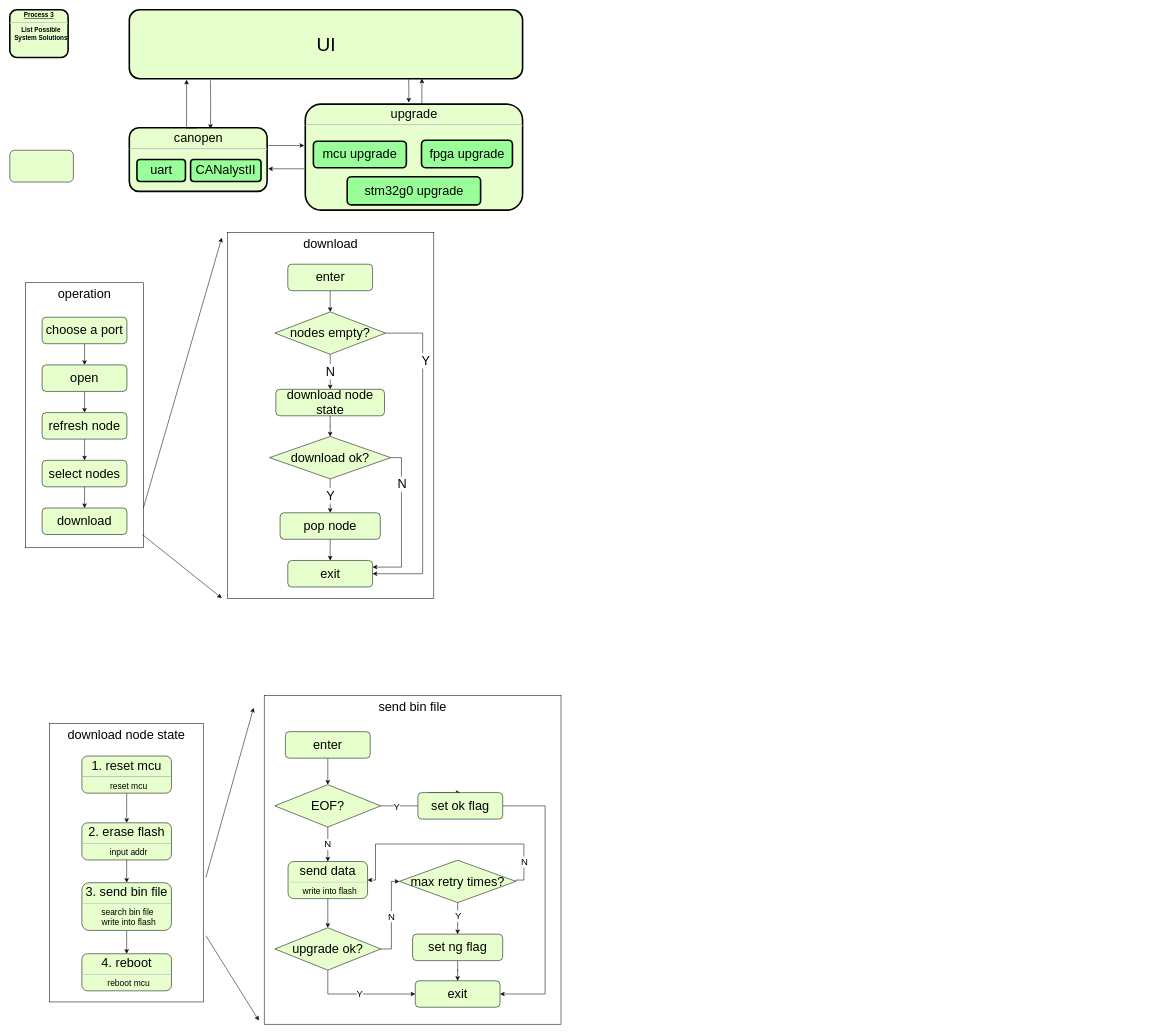
This is doc/flowcharts.drawio from chenzhipeng-hqu/python, a draw.io file, before an edit. Source tidied: cells renumbered, new cells numbered last; positions are measured from the earlier drawing's top-left corner, leaving out a move shared by most shapes. Both pictures are drawn from the tidied source at 53%, with x=0, y=0 at pixel (10, 10).
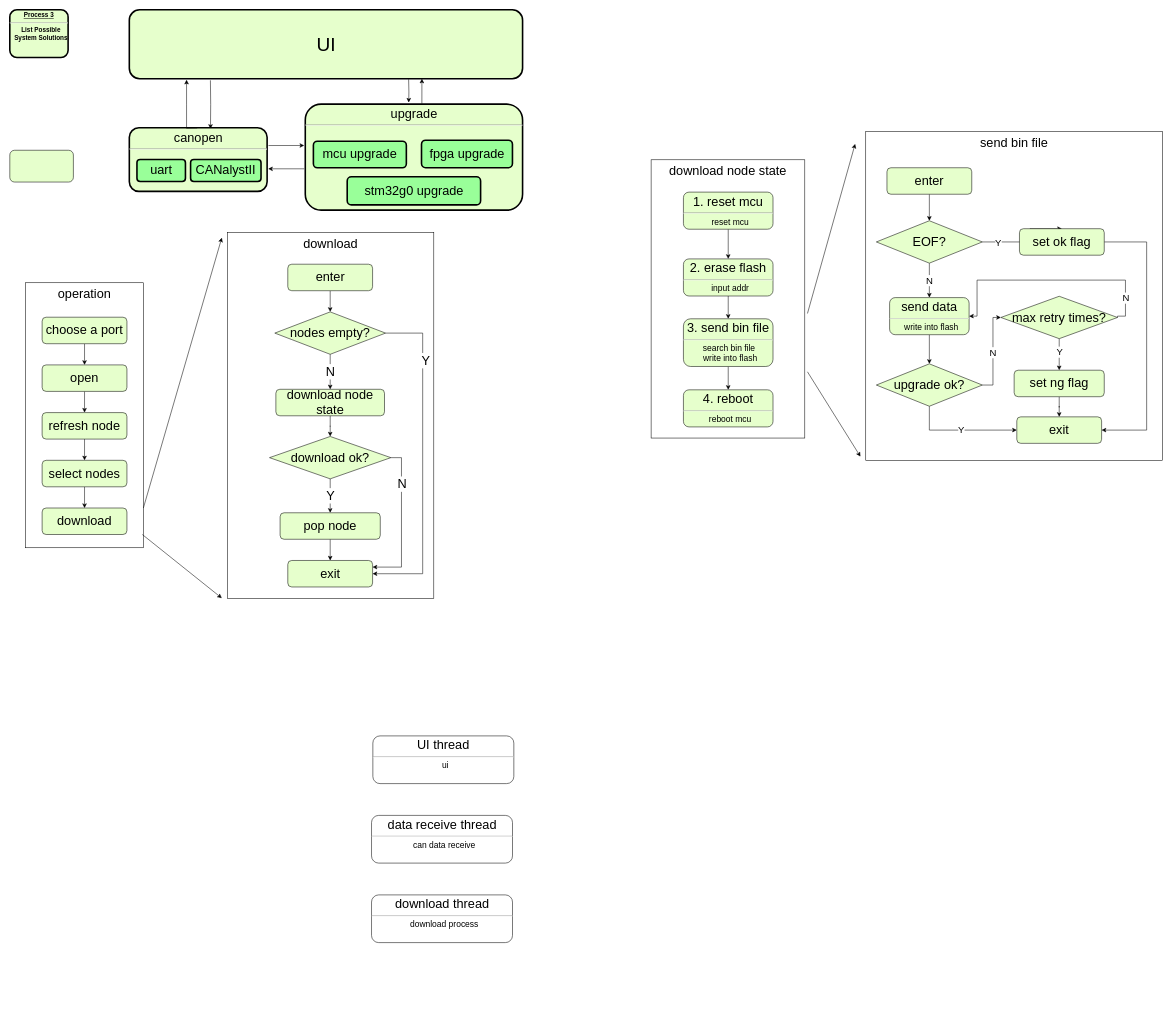
Above is the later version.

Change to the diagram source:
```diff
@@
     <mxCell id="4" value="download node state" style="rounded=0;whiteSpace=wrap;html=1;strokeWidth=1;verticalAlign=top;fontSize=24;" parent="1" vertex="1">
-      <mxGeometry x="75" y="1347" width="290" height="525" as="geometry" />
+      <mxGeometry x="1210" y="283" width="290" height="525" as="geometry" />
     </mxCell>
     <mxCell id="5" value="send bin file" style="rounded=0;whiteSpace=wrap;html=1;strokeWidth=1;verticalAlign=top;fontSize=24;" parent="1" vertex="1">
-      <mxGeometry x="480" y="1294" width="560" height="620" as="geometry" />
+      <mxGeometry x="1615" y="230" width="560" height="620" as="geometry" />
     </mxCell>
@@
     <mxCell id="39" value="&lt;p style=&quot;margin: 4px 0px 0px ; text-align: center&quot;&gt;&lt;font style=&quot;font-weight: normal ; font-size: 24px&quot;&gt;1. reset mcu&lt;/font&gt;&lt;/p&gt;&lt;hr&gt;&lt;p style=&quot;margin: 0px ; margin-left: 8px&quot;&gt;&lt;font size=&quot;3&quot; style=&quot;font-weight: normal&quot;&gt;reset mcu&lt;/font&gt;&lt;/p&gt;" style="verticalAlign=middle;align=center;overflow=fill;fontSize=12;fontFamily=Helvetica;html=1;rounded=1;fontStyle=1;strokeWidth=1;fillColor=#E6FFCC;portConstraintRotation=0;" parent="1" vertex="1">
-      <mxGeometry x="136" y="1408" width="169" height="70" as="geometry" />
+      <mxGeometry x="1271" y="344" width="169" height="70" as="geometry" />
     </mxCell>
@@
     <mxCell id="41" value="&lt;p style=&quot;margin: 4px 0px 0px ; text-align: center&quot;&gt;&lt;font style=&quot;font-weight: normal ; font-size: 24px&quot;&gt;2. erase flash&lt;/font&gt;&lt;/p&gt;&lt;hr&gt;&lt;p style=&quot;margin: 0px ; margin-left: 8px&quot;&gt;&lt;font size=&quot;3&quot; style=&quot;font-weight: normal&quot;&gt;input addr&lt;/font&gt;&lt;/p&gt;" style="verticalAlign=middle;align=center;overflow=fill;fontSize=12;fontFamily=Helvetica;html=1;rounded=1;fontStyle=1;strokeWidth=1;fillColor=#E6FFCC;" parent="1" vertex="1">
-      <mxGeometry x="136" y="1534" width="169" height="70" as="geometry" />
+      <mxGeometry x="1271" y="470" width="169" height="70" as="geometry" />
     </mxCell>
@@
     <mxCell id="43" value="&lt;p style=&quot;margin: 4px 0px 0px ; text-align: center&quot;&gt;&lt;span style=&quot;font-weight: normal&quot;&gt;&lt;font style=&quot;font-size: 24px&quot;&gt;3. send bin file&lt;/font&gt;&lt;/span&gt;&lt;/p&gt;&lt;hr&gt;&lt;p style=&quot;margin: 0px ; margin-left: 8px&quot;&gt;&lt;font size=&quot;3&quot; style=&quot;font-weight: normal&quot;&gt;search bin file&amp;nbsp;&lt;/font&gt;&lt;/p&gt;&lt;p style=&quot;margin: 0px ; margin-left: 8px&quot;&gt;&lt;font size=&quot;3&quot; style=&quot;font-weight: normal&quot;&gt;write into flash&lt;/font&gt;&lt;/p&gt;" style="verticalAlign=middle;align=center;overflow=fill;fontSize=12;fontFamily=Helvetica;html=1;rounded=1;fontStyle=1;strokeWidth=1;fillColor=#E6FFCC;" parent="1" vertex="1">
-      <mxGeometry x="136" y="1647" width="169" height="90" as="geometry" />
+      <mxGeometry x="1271" y="583" width="169" height="90" as="geometry" />
     </mxCell>
     <mxCell id="44" value="&lt;p style=&quot;margin: 4px 0px 0px ; text-align: center&quot;&gt;&lt;span style=&quot;font-weight: normal&quot;&gt;&lt;font style=&quot;font-size: 24px&quot;&gt;4. reboot&lt;/font&gt;&lt;/span&gt;&lt;/p&gt;&lt;hr&gt;&lt;p style=&quot;margin: 0px ; margin-left: 8px&quot;&gt;&lt;font size=&quot;3&quot; style=&quot;font-weight: normal&quot;&gt;reboot mcu&lt;/font&gt;&lt;/p&gt;" style="verticalAlign=middle;align=center;overflow=fill;fontSize=12;fontFamily=Helvetica;html=1;rounded=1;fontStyle=1;strokeWidth=1;fillColor=#E6FFCC;" parent="1" vertex="1">
-      <mxGeometry x="136" y="1781" width="169" height="70" as="geometry" />
+      <mxGeometry x="1271" y="717" width="169" height="70" as="geometry" />
     </mxCell>
@@
     <mxCell id="46" value="&lt;span style=&quot;font-size: 24px&quot;&gt;enter&lt;/span&gt;" style="rounded=1;whiteSpace=wrap;html=1;fillColor=#E6FFCC;" parent="1" vertex="1">
-      <mxGeometry x="520" y="1362" width="160" height="50" as="geometry" />
+      <mxGeometry x="1655" y="298" width="160" height="50" as="geometry" />
     </mxCell>
@@
     <mxCell id="48" style="edgeStyle=orthogonalEdgeStyle;rounded=0;jettySize=auto;html=1;entryX=0.5;entryY=0;entryDx=0;entryDy=0;" parent="1" edge="1" source="50" target="57">
       <mxGeometry relative="1" as="geometry">
         <Array as="points">
-          <mxPoint x="790" y="1502" />
+          <mxPoint x="1925" y="438" />
         </Array>
       </mxGeometry>
     </mxCell>
@@
     <mxCell id="50" value="&lt;font style=&quot;font-size: 24px&quot;&gt;EOF?&lt;/font&gt;" style="rhombus;whiteSpace=wrap;html=1;fillColor=#E6FFCC;" parent="1" vertex="1">
-      <mxGeometry x="500" y="1462" width="200" height="80" as="geometry" />
+      <mxGeometry x="1635" y="398" width="200" height="80" as="geometry" />
     </mxCell>
@@
     <mxCell id="53" value="&lt;font style=&quot;font-size: 18px&quot;&gt;N&lt;/font&gt;" style="edgeStyle=orthogonalEdgeStyle;rounded=0;jettySize=auto;html=1;entryX=0;entryY=0.5;entryDx=0;entryDy=0;" parent="1" edge="1" source="54" target="65">
       <mxGeometry relative="1" as="geometry">
         <Array as="points">
-          <mxPoint x="720" y="1772" />
-          <mxPoint x="720" y="1645" />
+          <mxPoint x="1855" y="708" />
+          <mxPoint x="1855" y="581" />
         </Array>
       </mxGeometry>
     </mxCell>
     <mxCell id="54" value="&lt;font style=&quot;font-size: 24px&quot;&gt;upgrade ok?&lt;/font&gt;" style="rhombus;whiteSpace=wrap;html=1;fillColor=#E6FFCC;" parent="1" vertex="1">
-      <mxGeometry x="500" y="1732" width="200" height="80" as="geometry" />
+      <mxGeometry x="1635" y="668" width="200" height="80" as="geometry" />
     </mxCell>
     <mxCell id="55" value="&lt;span style=&quot;font-size: 24px&quot;&gt;exit&lt;/span&gt;" style="rounded=1;whiteSpace=wrap;html=1;fillColor=#E6FFCC;" parent="1" vertex="1">
-      <mxGeometry x="765" y="1832" width="160" height="50" as="geometry" />
+      <mxGeometry x="1900" y="768" width="160" height="50" as="geometry" />
     </mxCell>
     <mxCell id="56" style="edgeStyle=orthogonalEdgeStyle;rounded=0;jettySize=auto;html=1;entryX=1;entryY=0.5;entryDx=0;entryDy=0;" parent="1" edge="1" source="57" target="55">
       <mxGeometry relative="1" as="geometry">
         <Array as="points">
-          <mxPoint x="1010" y="1502" />
-          <mxPoint x="1010" y="1857" />
+          <mxPoint x="2145" y="438" />
+          <mxPoint x="2145" y="793" />
         </Array>
       </mxGeometry>
     </mxCell>
     <mxCell id="57" value="&lt;span style=&quot;font-size: 24px&quot;&gt;set ok flag&lt;/span&gt;" style="rounded=1;whiteSpace=wrap;html=1;fillColor=#E6FFCC;" parent="1" vertex="1">
-      <mxGeometry x="770" y="1477" width="160" height="50" as="geometry" />
+      <mxGeometry x="1905" y="413" width="160" height="50" as="geometry" />
     </mxCell>
     <mxCell id="58" value="&lt;p style=&quot;margin: 4px 0px 0px ; text-align: center&quot;&gt;&lt;span style=&quot;font-weight: normal&quot;&gt;&lt;font style=&quot;font-size: 24px&quot;&gt;send data&lt;/font&gt;&lt;/span&gt;&lt;/p&gt;&lt;hr&gt;&lt;p style=&quot;margin: 0px ; margin-left: 8px&quot;&gt;&lt;font size=&quot;3&quot; style=&quot;font-weight: normal&quot;&gt;write into flash&lt;/font&gt;&lt;/p&gt;" style="verticalAlign=middle;align=center;overflow=fill;fontSize=12;fontFamily=Helvetica;html=1;rounded=1;fontStyle=1;strokeWidth=1;fillColor=#E6FFCC;" parent="1" vertex="1">
-      <mxGeometry x="525" y="1607" width="150" height="70" as="geometry" />
+      <mxGeometry x="1660" y="543" width="150" height="70" as="geometry" />
     </mxCell>
@@
     <mxCell id="60" value="&lt;span style=&quot;font-size: 24px&quot;&gt;set ng flag&lt;/span&gt;" style="rounded=1;whiteSpace=wrap;html=1;fillColor=#E6FFCC;" parent="1" vertex="1">
-      <mxGeometry x="760" y="1744" width="170" height="50" as="geometry" />
+      <mxGeometry x="1895" y="680" width="170" height="50" as="geometry" />
     </mxCell>
     <mxCell id="61" style="edgeStyle=orthogonalEdgeStyle;rounded=0;jettySize=auto;html=1;entryX=1;entryY=0.5;entryDx=0;entryDy=0;exitX=1;exitY=0.5;exitDx=0;exitDy=0;" parent="1" edge="1" source="65" target="58">
       <mxGeometry relative="1" as="geometry">
         <Array as="points">
-          <mxPoint x="955" y="1642" />
-          <mxPoint x="970" y="1642" />
-          <mxPoint x="970" y="1574" />
-          <mxPoint x="690" y="1574" />
-          <mxPoint x="690" y="1642" />
+          <mxPoint x="2090" y="578" />
+          <mxPoint x="2105" y="578" />
+          <mxPoint x="2105" y="510" />
+          <mxPoint x="1825" y="510" />
+          <mxPoint x="1825" y="578" />
         </Array>
       </mxGeometry>
     </mxCell>
@@
     <mxCell id="65" value="&lt;font style=&quot;font-size: 24px&quot;&gt;max retry times?&lt;/font&gt;" style="rhombus;whiteSpace=wrap;html=1;fillColor=#E6FFCC;" parent="1" vertex="1">
-      <mxGeometry x="735" y="1604.5" width="220" height="80" as="geometry" />
+      <mxGeometry x="1870" y="540.5" width="220" height="80" as="geometry" />
     </mxCell>
@@
     <mxCell id="84" style="endArrow=classic;html=1;fontSize=24;" parent="1" edge="1">
       <mxGeometry relative="1" as="geometry">
-        <mxPoint x="370" y="1637" as="sourcePoint" />
-        <mxPoint x="460" y="1317" as="targetPoint" />
+        <mxPoint x="1505" y="573" as="sourcePoint" />
+        <mxPoint x="1595" y="253" as="targetPoint" />
       </mxGeometry>
     </mxCell>
     <mxCell id="85" style="endArrow=classic;html=1;fontSize=24;" parent="1" edge="1">
       <mxGeometry relative="1" as="geometry">
-        <mxPoint x="370" y="1747" as="sourcePoint" />
-        <mxPoint x="470" y="1907" as="targetPoint" />
+        <mxPoint x="1505" y="683" as="sourcePoint" />
+        <mxPoint x="1605" y="843" as="targetPoint" />
       </mxGeometry>
     </mxCell>
+    <mxCell id="86" value="&lt;p style=&quot;margin: 4px 0px 0px ; text-align: center&quot;&gt;&lt;span style=&quot;font-size: 24px ; font-weight: 400&quot;&gt;UI thread&lt;/span&gt;&lt;/p&gt;&lt;hr&gt;&lt;p style=&quot;margin: 0px ; margin-left: 8px&quot;&gt;&lt;font size=&quot;3&quot;&gt;&lt;span style=&quot;font-weight: 400&quot;&gt;ui&lt;/span&gt;&lt;/font&gt;&lt;/p&gt;" style="verticalAlign=middle;align=center;overflow=fill;fontSize=12;fontFamily=Helvetica;html=1;rounded=1;fontStyle=1;strokeWidth=1;fillColor=#FFFFFF;" parent="1" vertex="1">
+      <mxGeometry x="685" y="1370" width="266" height="90" as="geometry" />
+    </mxCell>
+    <mxCell id="87" value="&lt;p style=&quot;margin: 4px 0px 0px ; text-align: center&quot;&gt;&lt;span style=&quot;font-size: 24px ; font-weight: 400&quot;&gt;data receive thread&lt;/span&gt;&lt;/p&gt;&lt;hr&gt;&lt;p style=&quot;margin: 0px ; margin-left: 8px&quot;&gt;&lt;font size=&quot;3&quot;&gt;&lt;span style=&quot;font-weight: 400&quot;&gt;can data receive&lt;/span&gt;&lt;/font&gt;&lt;/p&gt;" style="verticalAlign=middle;align=center;overflow=fill;fontSize=12;fontFamily=Helvetica;html=1;rounded=1;fontStyle=1;strokeWidth=1;fillColor=#FFFFFF;" parent="1" vertex="1">
+      <mxGeometry x="682.5" y="1520" width="266" height="90" as="geometry" />
+    </mxCell>
+    <mxCell id="88" value="&lt;p style=&quot;margin: 4px 0px 0px ; text-align: center&quot;&gt;&lt;span style=&quot;font-size: 24px ; font-weight: 400&quot;&gt;download thread&lt;/span&gt;&lt;/p&gt;&lt;hr&gt;&lt;p style=&quot;margin: 0px ; margin-left: 8px&quot;&gt;&lt;font size=&quot;3&quot;&gt;&lt;span style=&quot;font-weight: 400&quot;&gt;download process&lt;/span&gt;&lt;/font&gt;&lt;/p&gt;" style="verticalAlign=middle;align=center;overflow=fill;fontSize=12;fontFamily=Helvetica;html=1;rounded=1;fontStyle=1;strokeWidth=1;fillColor=#FFFFFF;" parent="1" vertex="1">
+      <mxGeometry x="682.5" y="1670" width="266" height="90" as="geometry" />
+    </mxCell>
```
